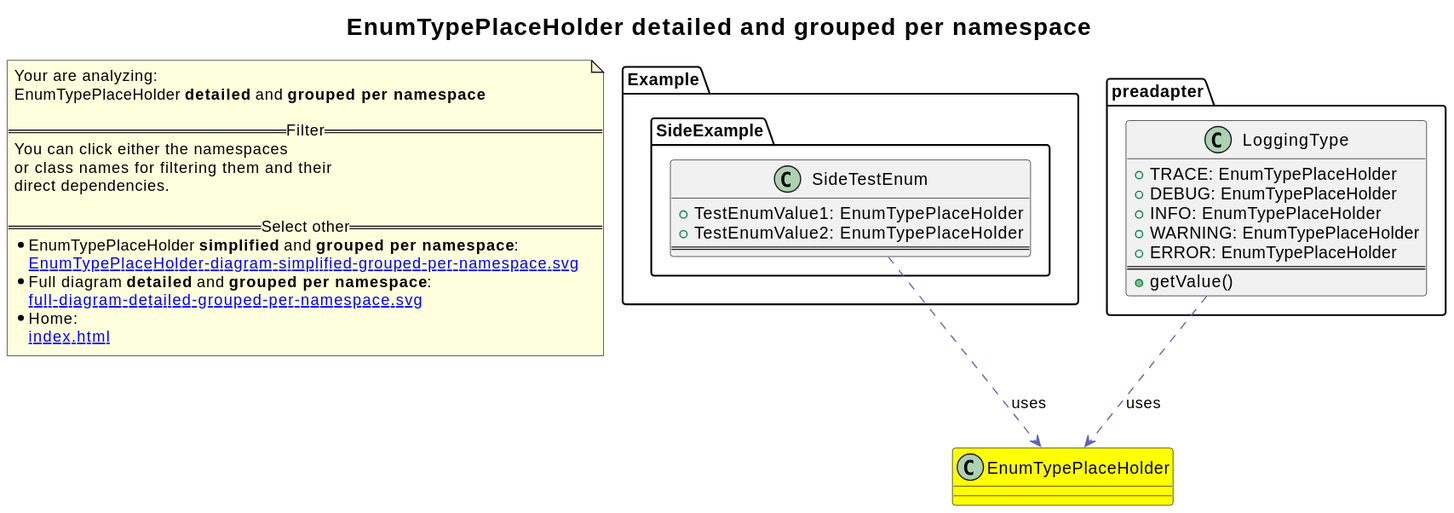
Earlier version of the PlantUML export revenger-java-adapter.out/EnumTypePlaceHolder-diagram-detailed-grouped-per-namespace.svg (2BlackCoffees/revenger).
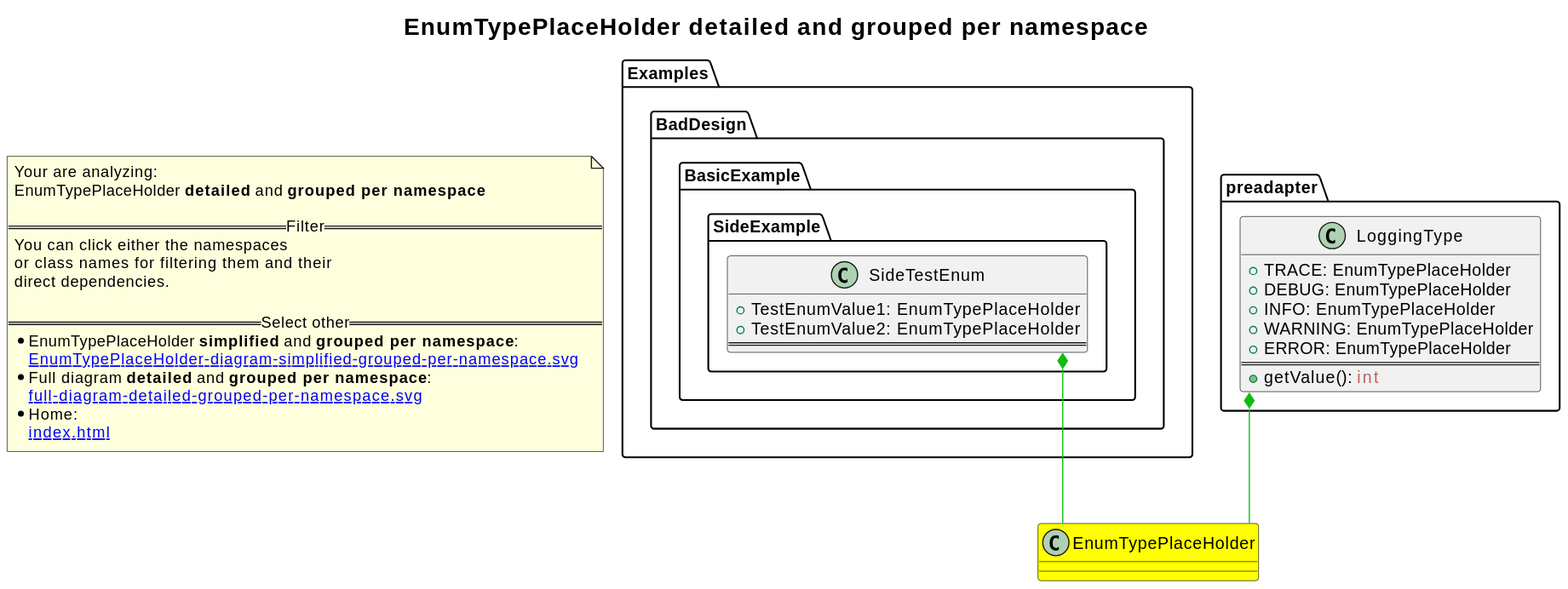
Above is the later version.

What changed in the source:
```diff
@@ -1,15 +1,20 @@
 @startuml
+skinparam linetype ortho
 title <size:20>EnumTypePlaceHolder **detailed** and **grouped per namespace**</size>
 note "Your are analyzing:\nEnumTypePlaceHolder **detailed** and **grouped per namespace**\n\n==Filter==\nYou can click either the namespaces \nor class names for filtering them and their\ndirect dependencies.\n\n==Select other==\n* EnumTypePlaceHolder **simplified** and **grouped per namespace**:\n   [[EnumTypePlaceHolder-diagram-simplified-grouped-per-namespace.svg]]\n* Full diagram **detailed** and **grouped per namespace**:\n   [[full-diagram-detailed-grouped-per-namespace.svg]]\n* Home:\n   [[index.html]]" as FloatingNote
 class EnumTypePlaceHolder [[EnumTypePlaceHolder-diagram-detailed-grouped-per-namespace.svg]] #yellow {
 }
-namespace Example [[Example-diagram-detailed-grouped-per-namespace.svg]] {
-namespace Example.SideExample [[Example.SideExample-diagram-detailed-grouped-per-namespace.svg]] {
-  class Example.SideExample.SideTestEnum [[Example.SideExample.SideTestEnum-diagram-detailed-grouped-per-namespace.svg]]  {
-    + TestEnumValue1: EnumTypePlaceHolder
-    + TestEnumValue2: EnumTypePlaceHolder
+namespace Examples [[Examples-diagram-detailed-grouped-per-namespace.svg]] {
+namespace Examples.BadDesign [[Examples.BadDesign-diagram-detailed-grouped-per-namespace.svg]] {
+namespace Examples.BadDesign.BasicExample [[Examples.BadDesign.BasicExample-diagram-detailed-grouped-per-namespace.svg]] {
+namespace Examples.BadDesign.BasicExample.SideExample [[Examples.BadDesign.BasicExample.SideExample-diagram-detailed-grouped-per-namespace.svg]] {
+      class Examples.BadDesign.BasicExample.SideExample.SideTestEnum [[Examples.BadDesign.BasicExample.SideExample.SideTestEnum-diagram-detailed-grouped-per-namespace.svg]]  {
+        + TestEnumValue1: EnumTypePlaceHolder
+        + TestEnumValue2: EnumTypePlaceHolder
 ==
-  }
+      }
+}
+}
 }
 }
 namespace preadapter [[preadapter-diagram-detailed-grouped-per-namespace.svg]] {
@@ -20,9 +25,9 @@
   + WARNING: EnumTypePlaceHolder
   + ERROR: EnumTypePlaceHolder
 ==
-  + getValue(<font color="6060BB"></font>)
+  + getValue(<font color="6060BB"></font>): <font color="BB6060">int</font>
 }
 }
-Example.SideExample.SideTestEnum .[#6060BB].> EnumTypePlaceHolder  : uses
-preadapter.LoggingType .[#6060BB].> EnumTypePlaceHolder  : uses
+Examples.BadDesign.BasicExample.SideExample.SideTestEnum *-[#10BB10]- EnumTypePlaceHolder
+preadapter.LoggingType *-[#10BB10]- EnumTypePlaceHolder
 @enduml
```
